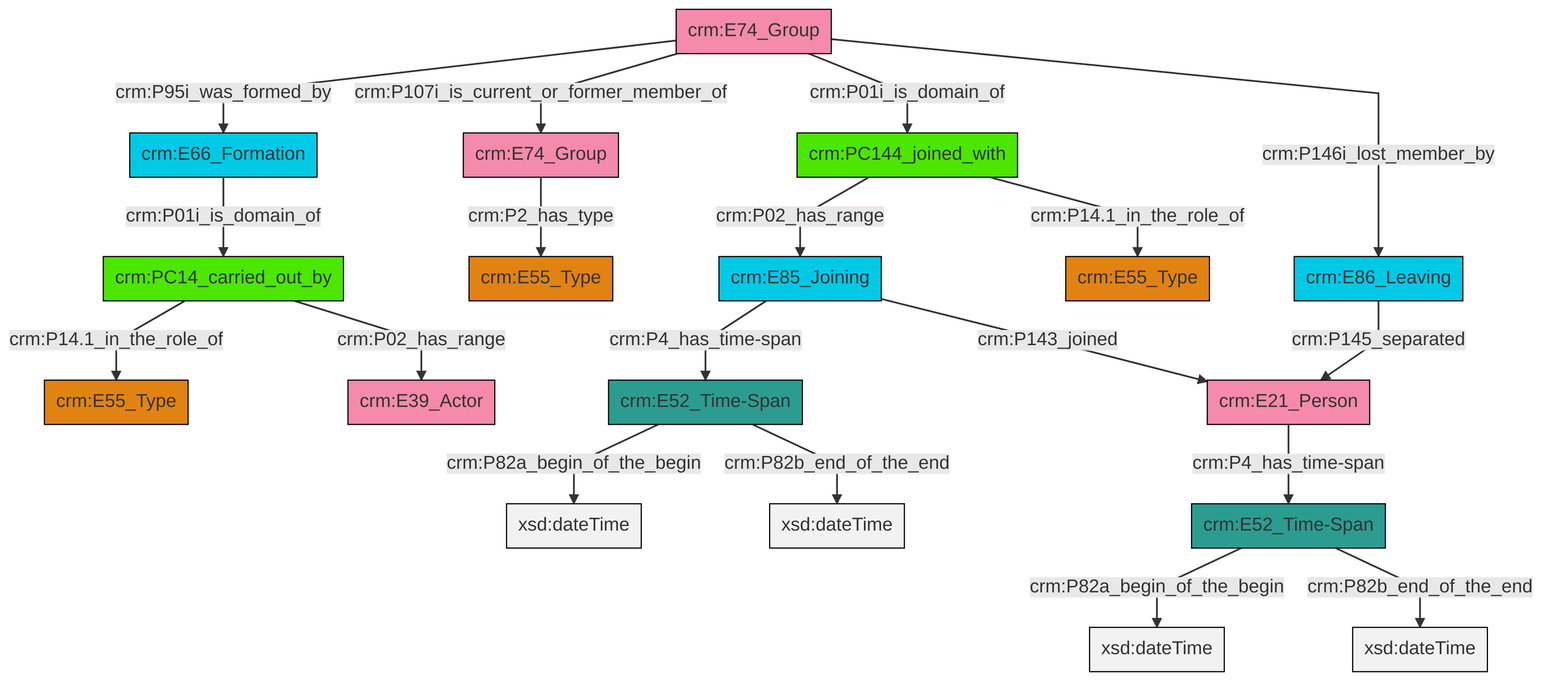
Before: et/groupCSV/ttl/mmd/png/group_actor_relations.png, a diagram exported from Mermaid (swiss-art-research-net/reference-data-models). Its source is kept beside it as et/groupCSV/ttl/mmd/group_actor_relations.ttl.mmd.
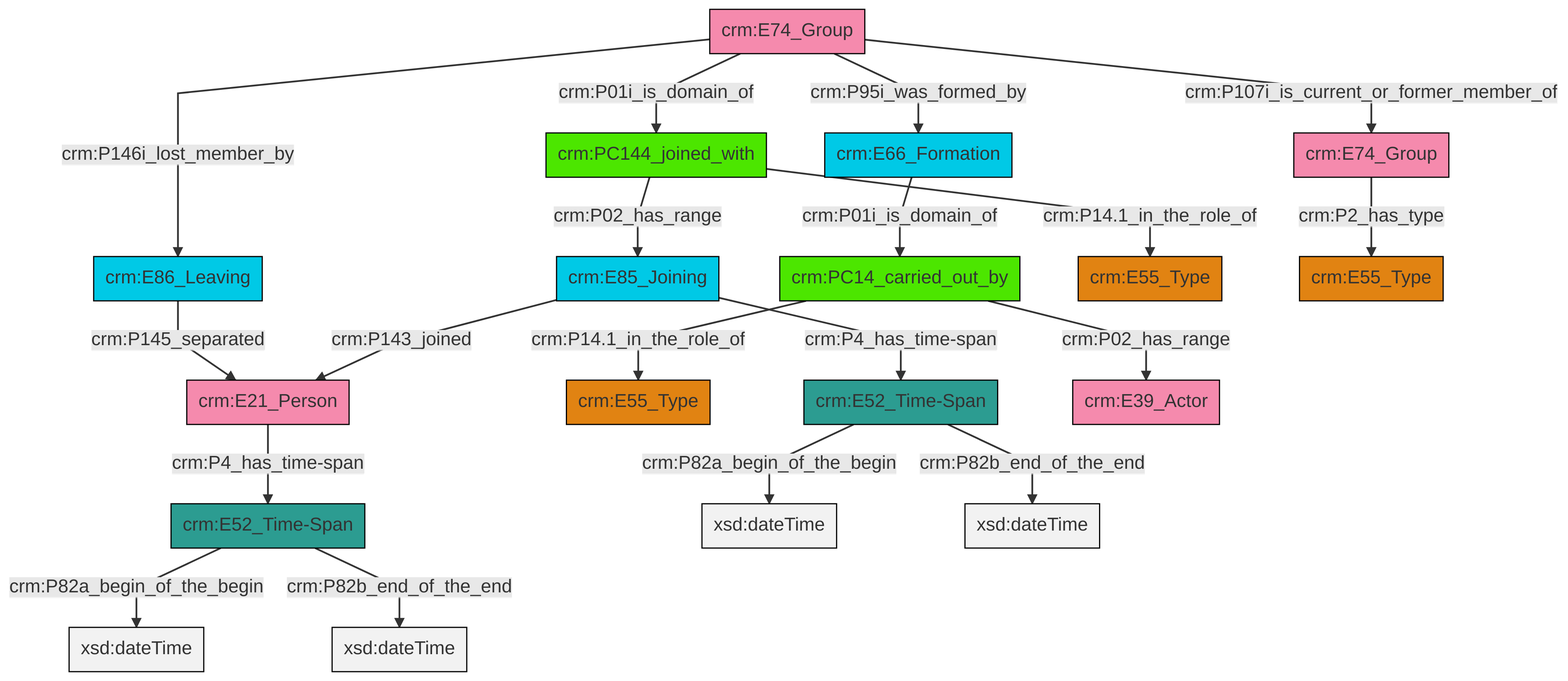
Later version of the same file.

The edit, as a diff of the source:
```diff
@@ -13,21 +13,21 @@
 classDef PC_Classes fill:#4ce600, stroke:#000000;
 classDef Multi fill:#cccccc,stroke:#000000;
 
-0["crm:E74_Group"]:::Actor -->|crm:P95i_was_formed_by| 1["crm:E66_Formation"]:::Temporal_Entity
-2["crm:E85_Joining"]:::Temporal_Entity -->|crm:P4_has_time-span| 4["crm:E52_Time-Span"]:::Time-Span
-0["crm:E74_Group"]:::Actor -->|crm:P107i_is_current_or_former_member_of| 7["crm:E74_Group"]:::Actor
-8["crm:E52_Time-Span"]:::Time-Span -->|crm:P82a_begin_of_the_begin| 9[xsd:dateTime]:::Literal
-4["crm:E52_Time-Span"]:::Time-Span -->|crm:P82a_begin_of_the_begin| 10[xsd:dateTime]:::Literal
-1["crm:E66_Formation"]:::Temporal_Entity -->|crm:P01i_is_domain_of| 11["crm:PC14_carried_out_by"]:::PC_Classes
-2["crm:E85_Joining"]:::Temporal_Entity -->|crm:P143_joined| 13["crm:E21_Person"]:::Actor
-5["crm:E86_Leaving"]:::Temporal_Entity -->|crm:P145_separated| 13["crm:E21_Person"]:::Actor
-11["crm:PC14_carried_out_by"]:::PC_Classes -->|crm:P14.1_in_the_role_of| 19["crm:E55_Type"]:::Type
-8["crm:E52_Time-Span"]:::Time-Span -->|crm:P82b_end_of_the_end| 20[xsd:dateTime]:::Literal
-13["crm:E21_Person"]:::Actor -->|crm:P4_has_time-span| 8["crm:E52_Time-Span"]:::Time-Span
-11["crm:PC14_carried_out_by"]:::PC_Classes -->|crm:P02_has_range| 17["crm:E39_Actor"]:::Actor
-0["crm:E74_Group"]:::Actor -->|crm:P01i_is_domain_of| 25["crm:PC144_joined_with"]:::PC_Classes
+2["crm:E86_Leaving"]:::Temporal_Entity -->|crm:P145_separated| 3["crm:E21_Person"]:::Actor
+6["crm:E74_Group"]:::Actor -->|crm:P107i_is_current_or_former_member_of| 7["crm:E74_Group"]:::Actor
+3["crm:E21_Person"]:::Actor -->|crm:P4_has_time-span| 8["crm:E52_Time-Span"]:::Time-Span
+6["crm:E74_Group"]:::Actor -->|crm:P01i_is_domain_of| 10["crm:PC144_joined_with"]:::PC_Classes
+13["crm:E85_Joining"]:::Temporal_Entity -->|crm:P4_has_time-span| 11["crm:E52_Time-Span"]:::Time-Span
+8["crm:E52_Time-Span"]:::Time-Span -->|crm:P82a_begin_of_the_begin| 14[xsd:dateTime]:::Literal
+10["crm:PC144_joined_with"]:::PC_Classes -->|crm:P14.1_in_the_role_of| 15["crm:E55_Type"]:::Type
+0["crm:PC14_carried_out_by"]:::PC_Classes -->|crm:P02_has_range| 16["crm:E39_Actor"]:::Actor
+11["crm:E52_Time-Span"]:::Time-Span -->|crm:P82a_begin_of_the_begin| 19[xsd:dateTime]:::Literal
+0["crm:PC14_carried_out_by"]:::PC_Classes -->|crm:P14.1_in_the_role_of| 4["crm:E55_Type"]:::Type
+13["crm:E85_Joining"]:::Temporal_Entity -->|crm:P143_joined| 3["crm:E21_Person"]:::Actor
 7["crm:E74_Group"]:::Actor -->|crm:P2_has_type| 23["crm:E55_Type"]:::Type
-25["crm:PC144_joined_with"]:::PC_Classes -->|crm:P02_has_range| 2["crm:E85_Joining"]:::Temporal_Entity
-0["crm:E74_Group"]:::Actor -->|crm:P146i_lost_member_by| 5["crm:E86_Leaving"]:::Temporal_Entity
-25["crm:PC144_joined_with"]:::PC_Classes -->|crm:P14.1_in_the_role_of| 14["crm:E55_Type"]:::Type
-4["crm:E52_Time-Span"]:::Time-Span -->|crm:P82b_end_of_the_end| 34[xsd:dateTime]:::Literal
+6["crm:E74_Group"]:::Actor -->|crm:P95i_was_formed_by| 20["crm:E66_Formation"]:::Temporal_Entity
+20["crm:E66_Formation"]:::Temporal_Entity -->|crm:P01i_is_domain_of| 0["crm:PC14_carried_out_by"]:::PC_Classes
+10["crm:PC144_joined_with"]:::PC_Classes -->|crm:P02_has_range| 13["crm:E85_Joining"]:::Temporal_Entity
+6["crm:E74_Group"]:::Actor -->|crm:P146i_lost_member_by| 2["crm:E86_Leaving"]:::Temporal_Entity
+11["crm:E52_Time-Span"]:::Time-Span -->|crm:P82b_end_of_the_end| 33[xsd:dateTime]:::Literal
+8["crm:E52_Time-Span"]:::Time-Span -->|crm:P82b_end_of_the_end| 34[xsd:dateTime]:::Literal
```
